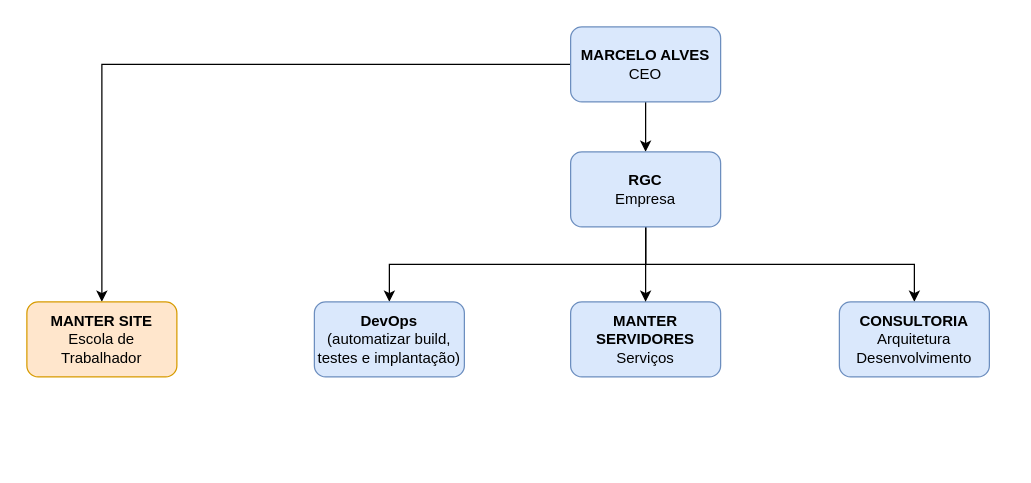
This is marcelo-rgc.drawio from mrclalves/desenhos, a draw.io file, before an edit. Source tidied: cells renumbered, new cells numbered last; positions are measured from the earlier drawing's top-left corner, leaving out a move shared by most shapes. Both pictures are drawn from the tidied source at 125%, with x=0, y=0 at pixel (26, 26).
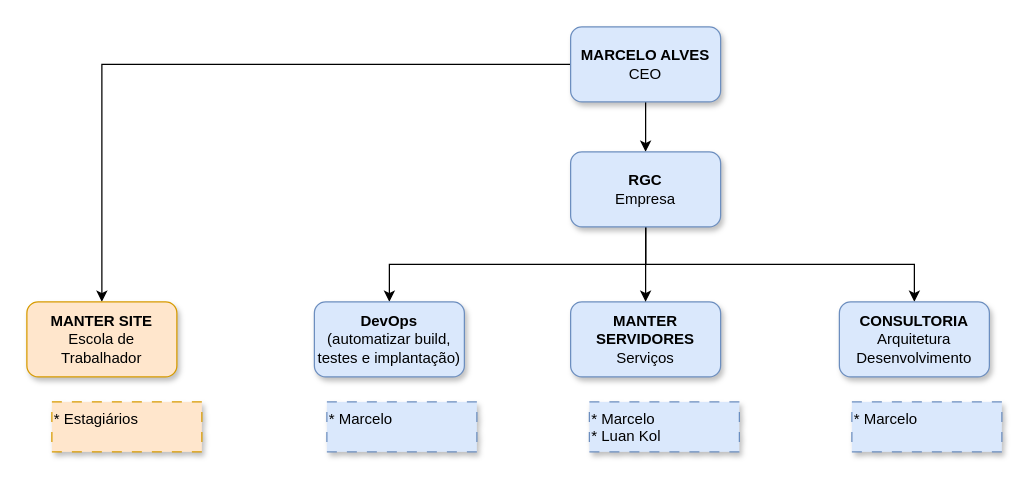
The same page after the edit.

The edit, as a diff of the source:
```diff
@@
 <mxGraphModel>
   <root>
     <mxCell id="0" />
     <mxCell id="1" parent="0" />
+    <mxCell id="13" value="* Estagiários&lt;div&gt;&lt;br&gt;&lt;/div&gt;" style="rounded=0;whiteSpace=wrap;html=1;align=left;dashed=1;dashPattern=8 8;verticalAlign=top;fillColor=#ffe6cc;strokeColor=#d79b00;shadow=1;" parent="1" vertex="1">
+      <mxGeometry x="20" y="300" width="120" height="40" as="geometry" />
+    </mxCell>
     <mxCell id="2" style="edgeStyle=none;rounded=0;jettySize=auto;html=1;" parent="1" edge="1" source="4" target="9">
       <mxGeometry relative="1" as="geometry" />
     </mxCell>
     <mxCell id="3" style="edgeStyle=orthogonalEdgeStyle;rounded=0;jettySize=auto;html=1;entryX=0.5;entryY=0;entryDx=0;entryDy=0;" parent="1" edge="1" source="4" target="12">
       <mxGeometry relative="1" as="geometry" />
     </mxCell>
-    <mxCell id="4" value="&lt;b&gt;MARCELO ALVES&lt;/b&gt;&lt;div&gt;CEO&lt;/div&gt;" style="rounded=1;whiteSpace=wrap;html=1;fillColor=#dae8fc;strokeColor=#6c8ebf;" parent="1" vertex="1">
+    <mxCell id="4" value="&lt;b&gt;MARCELO ALVES&lt;/b&gt;&lt;div&gt;CEO&lt;/div&gt;" style="rounded=1;whiteSpace=wrap;html=1;fillColor=#dae8fc;strokeColor=#6c8ebf;shadow=1;" parent="1" vertex="1">
       <mxGeometry x="435" width="120" height="60" as="geometry" />
     </mxCell>
-    <mxCell id="5" value="&lt;b&gt;MANTER SERVIDORES&lt;/b&gt;&lt;div&gt;Serviços&lt;/div&gt;" style="rounded=1;whiteSpace=wrap;html=1;fillColor=#dae8fc;strokeColor=#6c8ebf;" parent="1" vertex="1">
+    <mxCell id="5" value="&lt;b&gt;MANTER SERVIDORES&lt;/b&gt;&lt;div&gt;Serviços&lt;/div&gt;" style="rounded=1;whiteSpace=wrap;html=1;fillColor=#dae8fc;strokeColor=#6c8ebf;shadow=1;" parent="1" vertex="1">
       <mxGeometry x="435" y="220" width="120" height="60" as="geometry" />
     </mxCell>
     <mxCell id="6" style="edgeStyle=orthogonalEdgeStyle;rounded=0;jettySize=auto;html=1;exitX=0.5;exitY=1;exitDx=0;exitDy=0;" parent="1" edge="1" source="9" target="10">
       <mxGeometry relative="1" as="geometry" />
     </mxCell>
     <mxCell id="7" style="edgeStyle=orthogonalEdgeStyle;rounded=0;jettySize=auto;html=1;entryX=0.5;entryY=0;entryDx=0;entryDy=0;" parent="1" edge="1" source="9" target="5">
       <mxGeometry relative="1" as="geometry" />
     </mxCell>
     <mxCell id="8" style="edgeStyle=orthogonalEdgeStyle;rounded=0;jettySize=auto;html=1;exitX=0.5;exitY=1;exitDx=0;exitDy=0;" parent="1" edge="1" source="9" target="11">
       <mxGeometry relative="1" as="geometry" />
     </mxCell>
-    <mxCell id="9" value="&lt;b&gt;RGC&lt;/b&gt;&lt;div&gt;Empresa&lt;/div&gt;" style="rounded=1;whiteSpace=wrap;html=1;fillColor=#dae8fc;strokeColor=#6c8ebf;" parent="1" vertex="1">
+    <mxCell id="9" value="&lt;b&gt;RGC&lt;/b&gt;&lt;div&gt;Empresa&lt;/div&gt;" style="rounded=1;whiteSpace=wrap;html=1;fillColor=#dae8fc;strokeColor=#6c8ebf;shadow=1;" parent="1" vertex="1">
       <mxGeometry x="435" y="100" width="120" height="60" as="geometry" />
     </mxCell>
-    <mxCell id="10" value="&lt;b&gt;DevOps&lt;/b&gt;&lt;div&gt;(automatizar build, testes e implantação)&lt;/div&gt;" style="rounded=1;whiteSpace=wrap;html=1;fillColor=#dae8fc;strokeColor=#6c8ebf;" parent="1" vertex="1">
+    <mxCell id="10" value="&lt;b&gt;DevOps&lt;/b&gt;&lt;div&gt;(automatizar build, testes e implantação)&lt;/div&gt;" style="rounded=1;whiteSpace=wrap;html=1;fillColor=#dae8fc;strokeColor=#6c8ebf;shadow=1;" parent="1" vertex="1">
       <mxGeometry x="230" y="220" width="120" height="60" as="geometry" />
     </mxCell>
-    <mxCell id="11" value="&lt;b&gt;CONSULTORIA&lt;/b&gt;&lt;br&gt;Arquitetura&lt;div&gt;Desenvolvimento&lt;/div&gt;" style="rounded=1;whiteSpace=wrap;html=1;fillColor=#dae8fc;strokeColor=#6c8ebf;" parent="1" vertex="1">
+    <mxCell id="11" value="&lt;b&gt;CONSULTORIA&lt;/b&gt;&lt;br&gt;Arquitetura&lt;div&gt;Desenvolvimento&lt;/div&gt;" style="rounded=1;whiteSpace=wrap;html=1;fillColor=#dae8fc;strokeColor=#6c8ebf;shadow=1;" parent="1" vertex="1">
       <mxGeometry x="650" y="220" width="120" height="60" as="geometry" />
     </mxCell>
-    <mxCell id="12" value="&lt;b&gt;MANTER SITE&lt;/b&gt;&lt;div&gt;Escola de Trabalhador&lt;/div&gt;" style="rounded=1;whiteSpace=wrap;html=1;fillColor=#ffe6cc;strokeColor=#d79b00;" parent="1" vertex="1">
+    <mxCell id="12" value="&lt;b&gt;MANTER SITE&lt;/b&gt;&lt;div&gt;Escola de Trabalhador&lt;/div&gt;" style="rounded=1;whiteSpace=wrap;html=1;fillColor=#ffe6cc;strokeColor=#d79b00;shadow=1;" parent="1" vertex="1">
       <mxGeometry y="220" width="120" height="60" as="geometry" />
     </mxCell>
+    <mxCell id="14" value="&lt;div&gt;* Marcelo&lt;/div&gt;&lt;div&gt;&lt;br&gt;&lt;/div&gt;" style="rounded=0;whiteSpace=wrap;html=1;align=left;dashed=1;dashPattern=8 8;verticalAlign=top;strokeColor=#6c8ebf;fillColor=#dae8fc;shadow=1;" parent="1" vertex="1">
+      <mxGeometry x="240" y="300" width="120" height="40" as="geometry" />
+    </mxCell>
+    <mxCell id="15" value="&lt;div&gt;* Marcelo&lt;/div&gt;&lt;div&gt;* Luan Kol&lt;/div&gt;" style="rounded=0;whiteSpace=wrap;html=1;align=left;dashed=1;dashPattern=8 8;verticalAlign=top;strokeColor=#6c8ebf;fillColor=#dae8fc;shadow=1;" parent="1" vertex="1">
+      <mxGeometry x="450" y="300" width="120" height="40" as="geometry" />
+    </mxCell>
+    <mxCell id="16" value="&lt;div&gt;* Marcelo&lt;/div&gt;&lt;div&gt;&lt;br&gt;&lt;/div&gt;" style="rounded=0;whiteSpace=wrap;html=1;align=left;dashed=1;dashPattern=8 8;verticalAlign=top;fillColor=#dae8fc;strokeColor=#6c8ebf;shadow=1;" parent="1" vertex="1">
+      <mxGeometry x="660" y="300" width="120" height="40" as="geometry" />
+    </mxCell>
   </root>
 </mxGraphModel>
```
